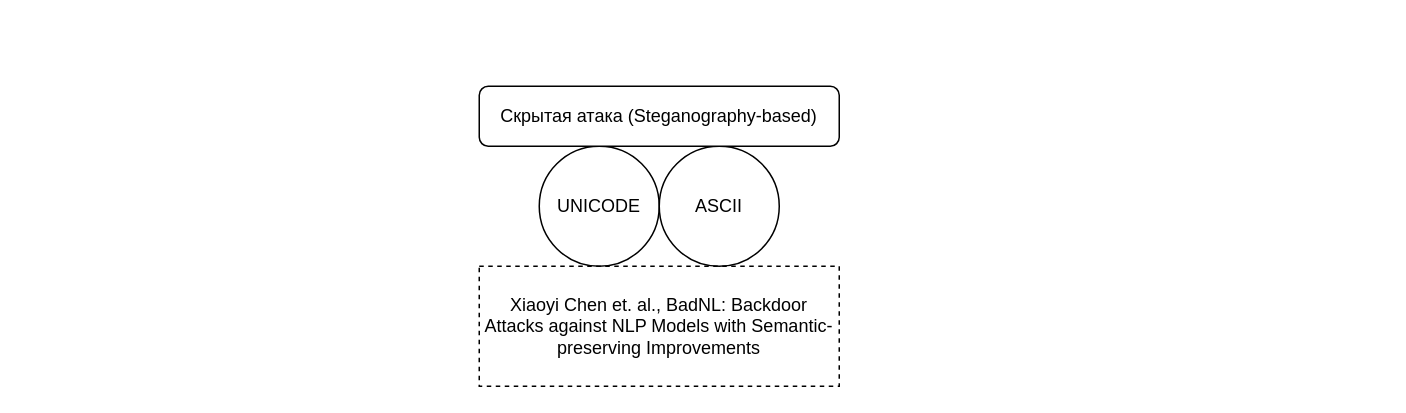
Before: BDResearch.drawio in qTemiO/BDResearch, a draw.io diagram. Source tidied: cells renumbered, new cells numbered last; positions are measured from the earlier drawing's top-left corner, leaving out a move shared by most shapes. Both pictures are drawn from the tidied source at 150%, with x=0, y=0 at pixel (478, 86).
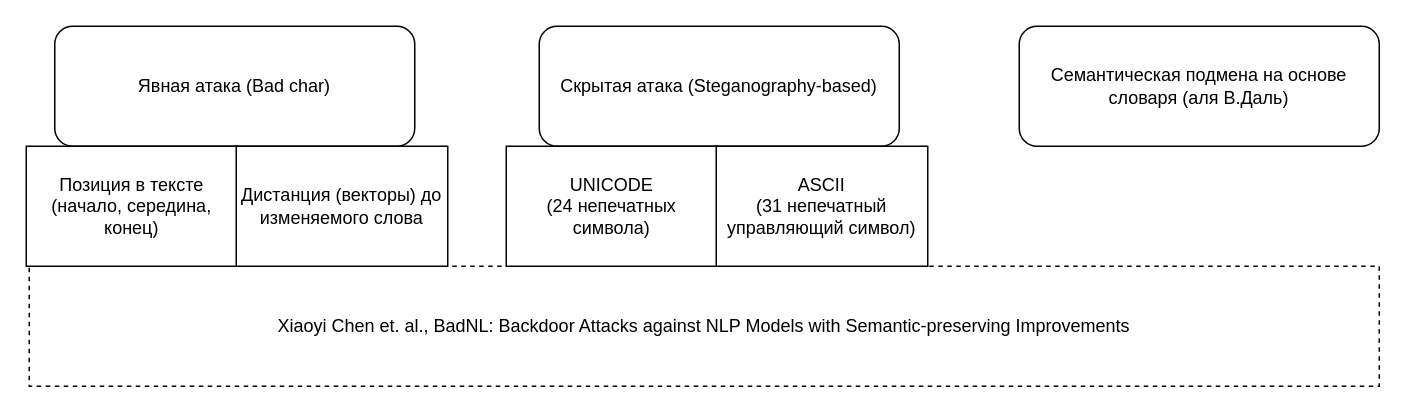
Above is the later version.

The edit, as a diff of the source:
```diff
@@
 <mxGraphModel>
   <root>
     <mxCell id="0" />
     <mxCell id="1" parent="0" />
-    <mxCell id="2" value="UNICODE" style="ellipse;whiteSpace=wrap;html=1;" parent="1" vertex="1">
-      <mxGeometry x="40" y="40" width="80" height="80" as="geometry" />
-    </mxCell>
-    <mxCell id="3" value="ASCII" style="ellipse;whiteSpace=wrap;html=1;" parent="1" vertex="1">
-      <mxGeometry x="120" y="40" width="80" height="80" as="geometry" />
-    </mxCell>
     <mxCell id="4" value="Скрытая атака (Steganography-based)" style="rounded=1;whiteSpace=wrap;html=1;" parent="1" vertex="1">
-      <mxGeometry width="240" height="40" as="geometry" />
+      <mxGeometry x="40" y="-40" width="240" height="80" as="geometry" />
     </mxCell>
     <mxCell id="5" value="Xiaoyi Chen et. al.,&amp;nbsp;BadNL: Backdoor Attacks against NLP Models with Semantic-preserving Improvements" style="text;html=1;strokeColor=default;fillColor=none;align=center;verticalAlign=middle;whiteSpace=wrap;rounded=0;dashed=1;" parent="1" vertex="1">
-      <mxGeometry y="120" width="240" height="80" as="geometry" />
+      <mxGeometry x="-300" y="120" width="900" height="80" as="geometry" />
     </mxCell>
+    <mxCell id="6" value="Явная атака (Bad char)" style="rounded=1;whiteSpace=wrap;html=1;" parent="1" vertex="1">
+      <mxGeometry x="-283" y="-40" width="240" height="80" as="geometry" />
+    </mxCell>
+    <mxCell id="7" value="Позиция в тексте&lt;br&gt;(начало, середина, конец)" style="shape=hexagon;perimeter=hexagonPerimeter2;whiteSpace=wrap;html=1;fixedSize=1;size=-40;" parent="1" vertex="1">
+      <mxGeometry x="-302" y="40" width="141" height="80" as="geometry" />
+    </mxCell>
+    <mxCell id="8" value="Дистанция (векторы) до изменяемого слова" style="shape=hexagon;perimeter=hexagonPerimeter2;whiteSpace=wrap;html=1;fixedSize=1;size=-30;" parent="1" vertex="1">
+      <mxGeometry x="-162" y="40" width="141" height="80" as="geometry" />
+    </mxCell>
+    <mxCell id="9" value="Семантическая подмена на основе словаря (аля В.Даль)" style="rounded=1;whiteSpace=wrap;html=1;" parent="1" vertex="1">
+      <mxGeometry x="360" y="-40" width="240" height="80" as="geometry" />
+    </mxCell>
+    <mxCell id="10" value="UNICODE&lt;br&gt;(24 непечатных символа)" style="shape=hexagon;perimeter=hexagonPerimeter2;whiteSpace=wrap;html=1;fixedSize=1;size=-40;" parent="1" vertex="1">
+      <mxGeometry x="18" y="40" width="141" height="80" as="geometry" />
+    </mxCell>
+    <mxCell id="11" value="ASCII&lt;br&gt;(31 непечатный управляющий символ)" style="shape=hexagon;perimeter=hexagonPerimeter2;whiteSpace=wrap;html=1;fixedSize=1;size=-30;" parent="1" vertex="1">
+      <mxGeometry x="158" y="40" width="141" height="80" as="geometry" />
+    </mxCell>
   </root>
 </mxGraphModel>
```
